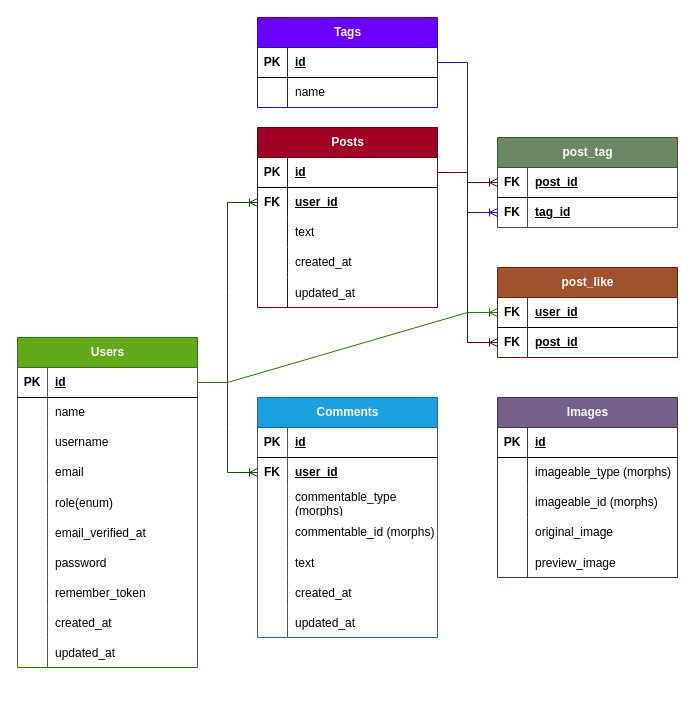
Above: biru-posts.drawio in JorikDura/biru-posts (draw.io), before the change. Source tidied: cells renumbered, new cells numbered last; positions are measured from the earlier drawing's top-left corner, leaving out a move shared by most shapes. Both pictures are drawn from the tidied source at 100%, with x=0, y=0 at pixel (17, 17).
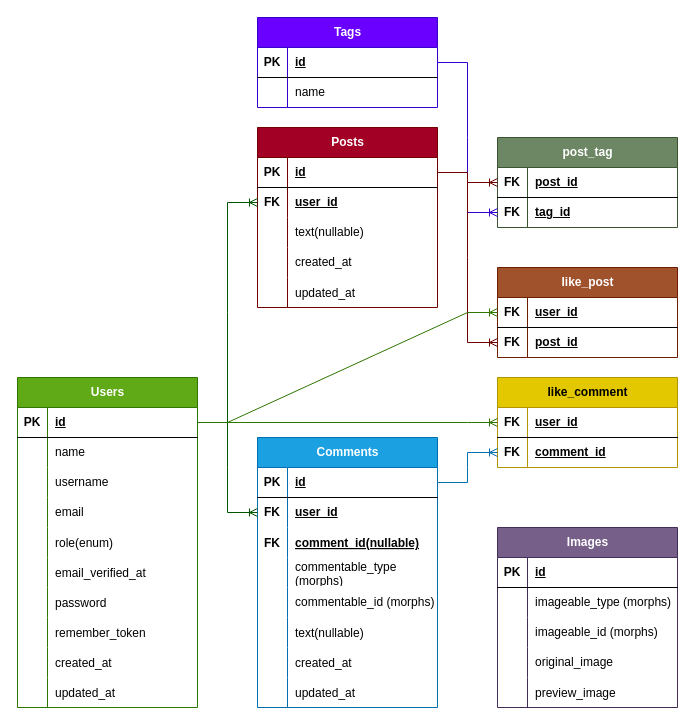
After the change.

Commit message (it also covers changes not shown here):
update database scheme

The change refers to these unchanged cells:
```xml
<mxCell id="3" style="shape=tableRow;horizontal=0;startSize=0;swimlaneHead=0;swimlaneBody=0;fillColor=none;points=[[0,0.5],[1,0.5]];portConstraint=eastwest;top=0;left=0;right=0;bottom=1;" parent="2" vertex="1">
  <mxGeometry y="30" width="180" height="30" as="geometry" />
</mxCell>
<mxCell id="47" style="shape=tableRow;horizontal=0;startSize=0;swimlaneHead=0;swimlaneBody=0;fillColor=none;top=0;left=0;right=0;bottom=0;" parent="40" vertex="1">
  <mxGeometry y="90" width="180" height="30" as="geometry" />
</mxCell>
<mxCell id="83" style="shape=tableRow;horizontal=0;startSize=0;swimlaneHead=0;swimlaneBody=0;fillColor=none;points=[[0,0.5],[1,0.5]];portConstraint=eastwest;top=0;left=0;right=0;bottom=1;" parent="82" vertex="1">
  <mxGeometry y="30" width="180" height="30" as="geometry" />
</mxCell>
```

The edit, as a diff of the source:
```diff
@@
     <mxCell id="2" value="Users" style="shape=table;startSize=30;childLayout=tableLayout;rowLines=0;fontStyle=1;align=center;html=1;fillColor=#60a917;fontColor=#ffffff;strokeColor=#2D7600;" parent="1" vertex="1">
-      <mxGeometry y="320" width="180" height="330" as="geometry" />
+      <mxGeometry y="360" width="180" height="330" as="geometry" />
     </mxCell>
@@
-    <mxCell id="49" value="text" style="shape=partialRectangle;fillColor=none;top=0;left=0;bottom=0;right=0;align=left;spacingLeft=6;overflow=hidden;whiteSpace=wrap;html=1;" parent="47" vertex="1">
+    <mxCell id="49" value="text&lt;span style=&quot;text-wrap: nowrap;&quot;&gt;(nullable)&lt;/span&gt;" style="shape=partialRectangle;fillColor=none;top=0;left=0;bottom=0;right=0;align=left;spacingLeft=6;overflow=hidden;whiteSpace=wrap;html=1;" parent="47" vertex="1">
       <mxGeometry x="30" width="150" height="30" as="geometry" />
     </mxCell>
@@
     <mxCell id="66" value="Images" style="shape=table;startSize=30;childLayout=tableLayout;rowLines=0;fontStyle=1;align=center;html=1;fillColor=#76608a;fontColor=#ffffff;strokeColor=#432D57;" parent="1" vertex="1">
-      <mxGeometry x="480" y="380" width="180" height="180" as="geometry" />
+      <mxGeometry x="480" y="510" width="180" height="180" as="geometry" />
     </mxCell>
@@
     <mxCell id="82" value="Comments" style="shape=table;startSize=30;childLayout=tableLayout;rowLines=0;fontStyle=1;align=center;html=1;fillColor=#1ba1e2;strokeColor=#006EAF;fontColor=#ffffff;" parent="1" vertex="1">
-      <mxGeometry x="240" y="380" width="180" height="240" as="geometry" />
+      <mxGeometry x="240" y="420" width="180" height="270" as="geometry" />
     </mxCell>
@@
+    <mxCell id="114" style="shape=tableRow;horizontal=0;startSize=0;swimlaneHead=0;swimlaneBody=0;fillColor=none;top=0;left=0;right=0;bottom=0;" parent="82" vertex="1">
+      <mxGeometry y="90" width="180" height="30" as="geometry" />
+    </mxCell>
+    <mxCell id="115" value="FK" style="shape=partialRectangle;fillColor=none;top=0;left=0;bottom=0;right=0;overflow=hidden;fontStyle=1;" parent="114" vertex="1">
+      <mxGeometry width="30" height="30" as="geometry" />
+    </mxCell>
+    <mxCell id="116" value="comment_id(nullable)" style="shape=partialRectangle;fillColor=none;top=0;left=0;bottom=0;right=0;align=left;spacingLeft=6;overflow=hidden;fontStyle=5;" parent="114" vertex="1">
+      <mxGeometry x="30" width="150" height="30" as="geometry" />
+    </mxCell>
     <mxCell id="89" style="shape=tableRow;horizontal=0;startSize=0;swimlaneHead=0;swimlaneBody=0;fillColor=none;top=0;left=0;right=0;bottom=0;" parent="82" vertex="1">
-      <mxGeometry y="90" width="180" height="30" as="geometry" />
+      <mxGeometry y="120" width="180" height="30" as="geometry" />
     </mxCell>
@@
     <mxCell id="92" style="shape=tableRow;horizontal=0;startSize=0;swimlaneHead=0;swimlaneBody=0;fillColor=none;top=0;left=0;right=0;bottom=0;" parent="82" vertex="1">
-      <mxGeometry y="120" width="180" height="30" as="geometry" />
+      <mxGeometry y="150" width="180" height="30" as="geometry" />
     </mxCell>
@@
     <mxCell id="95" style="shape=tableRow;horizontal=0;startSize=0;swimlaneHead=0;swimlaneBody=0;fillColor=none;top=0;left=0;right=0;bottom=0;" parent="82" vertex="1">
-      <mxGeometry y="150" width="180" height="30" as="geometry" />
+      <mxGeometry y="180" width="180" height="30" as="geometry" />
     </mxCell>
@@
-    <mxCell id="97" value="text" style="shape=partialRectangle;fillColor=none;top=0;left=0;bottom=0;right=0;align=left;spacingLeft=6;overflow=hidden;" parent="95" vertex="1">
+    <mxCell id="97" value="text(nullable)" style="shape=partialRectangle;fillColor=none;top=0;left=0;bottom=0;right=0;align=left;spacingLeft=6;overflow=hidden;" parent="95" vertex="1">
       <mxGeometry x="30" width="150" height="30" as="geometry" />
     </mxCell>
     <mxCell id="98" style="shape=tableRow;horizontal=0;startSize=0;swimlaneHead=0;swimlaneBody=0;fillColor=none;top=0;left=0;right=0;bottom=0;" parent="82" vertex="1">
-      <mxGeometry y="180" width="180" height="30" as="geometry" />
+      <mxGeometry y="210" width="180" height="30" as="geometry" />
     </mxCell>
@@
     <mxCell id="101" style="shape=tableRow;horizontal=0;startSize=0;swimlaneHead=0;swimlaneBody=0;fillColor=none;top=0;left=0;right=0;bottom=0;" parent="82" vertex="1">
-      <mxGeometry y="210" width="180" height="30" as="geometry" />
+      <mxGeometry y="240" width="180" height="30" as="geometry" />
     </mxCell>
@@
-    <mxCell id="105" value="post_like" style="shape=table;startSize=30;childLayout=tableLayout;rowLines=0;fontStyle=1;align=center;html=1;fillColor=#a0522d;fontColor=#ffffff;strokeColor=#6D1F00;" parent="1" vertex="1">
+    <mxCell id="105" value="like_post" style="shape=table;startSize=30;childLayout=tableLayout;rowLines=0;fontStyle=1;align=center;html=1;fillColor=#a0522d;fontColor=#ffffff;strokeColor=#6D1F00;" parent="1" vertex="1">
       <mxGeometry x="480" y="250" width="180" height="90" as="geometry" />
     </mxCell>
@@
+    <mxCell id="117" value="like_comment" style="shape=table;startSize=30;childLayout=tableLayout;rowLines=0;fontStyle=1;align=center;html=1;fillColor=#e3c800;strokeColor=#B09500;fontColor=#000000;" parent="1" vertex="1">
+      <mxGeometry x="480" y="360" width="180" height="90" as="geometry" />
+    </mxCell>
+    <mxCell id="118" style="shape=tableRow;horizontal=0;startSize=0;swimlaneHead=0;swimlaneBody=0;fillColor=none;points=[[0,0.5],[1,0.5]];portConstraint=eastwest;top=0;left=0;right=0;bottom=1;" parent="117" vertex="1">
+      <mxGeometry y="30" width="180" height="30" as="geometry" />
+    </mxCell>
+    <mxCell id="119" value="FK" style="shape=partialRectangle;fillColor=none;top=0;left=0;bottom=0;right=0;fontStyle=1;overflow=hidden;whiteSpace=wrap;html=1;" parent="118" vertex="1">
+      <mxGeometry width="30" height="30" as="geometry" />
+    </mxCell>
+    <mxCell id="120" value="user_id" style="shape=partialRectangle;fillColor=none;top=0;left=0;bottom=0;right=0;align=left;spacingLeft=6;fontStyle=5;overflow=hidden;whiteSpace=wrap;html=1;" parent="118" vertex="1">
+      <mxGeometry x="30" width="150" height="30" as="geometry" />
+    </mxCell>
+    <mxCell id="121" style="shape=tableRow;horizontal=0;startSize=0;swimlaneHead=0;swimlaneBody=0;fillColor=none;points=[[0,0.5],[1,0.5]];portConstraint=eastwest;top=0;left=0;right=0;bottom=0;" parent="117" vertex="1">
+      <mxGeometry y="60" width="180" height="30" as="geometry" />
+    </mxCell>
+    <mxCell id="122" value="&lt;b&gt;FK&lt;/b&gt;" style="shape=partialRectangle;fillColor=none;top=0;left=0;bottom=0;right=0;overflow=hidden;whiteSpace=wrap;html=1;" parent="121" vertex="1">
+      <mxGeometry width="30" height="30" as="geometry" />
+    </mxCell>
+    <mxCell id="123" value="&lt;b&gt;&lt;u&gt;comment_id&lt;/u&gt;&lt;/b&gt;" style="shape=partialRectangle;fillColor=none;top=0;left=0;bottom=0;right=0;align=left;spacingLeft=6;overflow=hidden;whiteSpace=wrap;html=1;" parent="121" vertex="1">
+      <mxGeometry x="30" width="150" height="30" as="geometry" />
+    </mxCell>
+    <mxCell id="124" style="edgeStyle=entityRelationEdgeStyle;fontSize=12;html=1;endArrow=ERoneToMany;rounded=0;exitX=1;exitY=0.5;exitDx=0;exitDy=0;entryX=0;entryY=0.5;entryDx=0;entryDy=0;fillColor=#1ba1e2;strokeColor=#006EAF;" parent="1" edge="1" source="83" target="121">
+      <mxGeometry relative="1" as="geometry" />
+    </mxCell>
+    <mxCell id="125" style="edgeStyle=entityRelationEdgeStyle;fontSize=12;html=1;endArrow=ERoneToMany;rounded=0;exitX=1;exitY=0.5;exitDx=0;exitDy=0;entryX=0;entryY=0.5;entryDx=0;entryDy=0;fillColor=#60a917;strokeColor=#2D7600;" parent="1" edge="1" source="3" target="118">
+      <mxGeometry relative="1" as="geometry" />
+    </mxCell>
```
